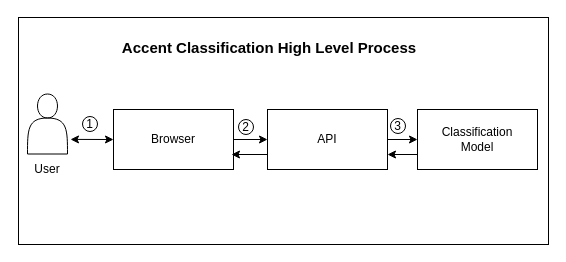
luckyp71/accent_classification keeps this draw.io diagram as assets/acccent_classification.drawio. Above is the earlier version. Source tidied: cells renumbered, new cells numbered last; positions are measured from the earlier drawing's top-left corner, leaving out a move shared by most shapes. Both pictures are drawn from the tidied source at 100%, with x=0, y=0 at pixel (17, 17).
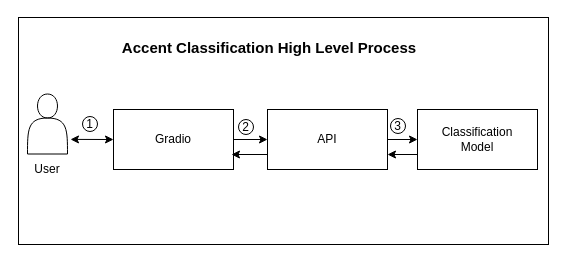
The same page after the edit.

What changed in the source:
```diff
@@
 <mxGraphModel>
   <root>
     <mxCell id="0" />
     <mxCell id="1" parent="0" />
     <mxCell id="2" style="rounded=0;whiteSpace=wrap;html=1;" parent="1" vertex="1">
       <mxGeometry x="1" width="530" height="227" as="geometry" />
     </mxCell>
     <mxCell id="3" style="edgeStyle=orthogonalEdgeStyle;rounded=0;jettySize=auto;html=1;exitX=0;exitY=0.75;exitDx=0;exitDy=0;entryX=1;entryY=0.75;entryDx=0;entryDy=0;" parent="1" edge="1" source="4" target="6">
       <mxGeometry relative="1" as="geometry" />
     </mxCell>
     <mxCell id="4" value="Classification&lt;div&gt;Model&lt;/div&gt;" style="rounded=0;whiteSpace=wrap;html=1;" parent="1" vertex="1">
       <mxGeometry x="400" y="92" width="120" height="60" as="geometry" />
     </mxCell>
     <mxCell id="5" style="edgeStyle=orthogonalEdgeStyle;rounded=0;jettySize=auto;html=1;entryX=0;entryY=0.5;entryDx=0;entryDy=0;" parent="1" edge="1" source="6" target="4">
       <mxGeometry relative="1" as="geometry" />
     </mxCell>
     <mxCell id="6" value="API" style="rounded=0;whiteSpace=wrap;html=1;" parent="1" vertex="1">
       <mxGeometry x="250" y="92" width="120" height="60" as="geometry" />
     </mxCell>
     <mxCell id="7" style="edgeStyle=orthogonalEdgeStyle;rounded=0;jettySize=auto;html=1;exitX=1;exitY=0.5;exitDx=0;exitDy=0;entryX=0;entryY=0.5;entryDx=0;entryDy=0;" parent="1" edge="1" source="8" target="6">
       <mxGeometry relative="1" as="geometry" />
     </mxCell>
-    <mxCell id="8" value="Browser" style="rounded=0;whiteSpace=wrap;html=1;" parent="1" vertex="1">
+    <mxCell id="8" value="Gradio" style="rounded=0;whiteSpace=wrap;html=1;" parent="1" vertex="1">
       <mxGeometry x="96" y="92" width="120" height="60" as="geometry" />
     </mxCell>
     <mxCell id="9" style="shape=actor;whiteSpace=wrap;html=1;" parent="1" vertex="1">
       <mxGeometry x="10" y="76.5" width="40" height="60" as="geometry" />
     </mxCell>
     <mxCell id="10" value="&lt;font style=&quot;font-size: 15px;&quot;&gt;&lt;b&gt;Accent Classification High Level Process&lt;/b&gt;&lt;/font&gt;" style="text;html=1;align=center;verticalAlign=middle;whiteSpace=wrap;rounded=0;" parent="1" vertex="1">
       <mxGeometry x="92" y="15" width="320" height="30" as="geometry" />
     </mxCell>
     <mxCell id="11" value="1" style="ellipse;whiteSpace=wrap;html=1;" parent="1" vertex="1">
       <mxGeometry x="65" y="99" width="15" height="15" as="geometry" />
     </mxCell>
     <mxCell id="12" value="2" style="ellipse;whiteSpace=wrap;html=1;" parent="1" vertex="1">
       <mxGeometry x="221" y="102" width="15" height="15" as="geometry" />
     </mxCell>
     <mxCell id="13" value="3" style="ellipse;whiteSpace=wrap;html=1;" parent="1" vertex="1">
       <mxGeometry x="373" y="101" width="15" height="15" as="geometry" />
     </mxCell>
     <mxCell id="14" style="edgeStyle=orthogonalEdgeStyle;rounded=0;jettySize=auto;html=1;exitX=0;exitY=0.75;exitDx=0;exitDy=0;entryX=0.983;entryY=0.763;entryDx=0;entryDy=0;entryPerimeter=0;" parent="1" edge="1" source="6" target="8">
       <mxGeometry relative="1" as="geometry" />
     </mxCell>
     <mxCell id="15" style="endArrow=classic;startArrow=classic;html=1;rounded=0;entryX=0;entryY=0.5;entryDx=0;entryDy=0;" parent="1" edge="1" target="8">
       <mxGeometry relative="1" as="geometry">
         <mxPoint x="53" y="121.9" as="sourcePoint" />
       </mxGeometry>
     </mxCell>
     <mxCell id="16" value="User" style="text;html=1;align=center;verticalAlign=middle;whiteSpace=wrap;rounded=0;" parent="1" vertex="1">
       <mxGeometry y="137" width="60" height="30" as="geometry" />
     </mxCell>
   </root>
 </mxGraphModel>
```
